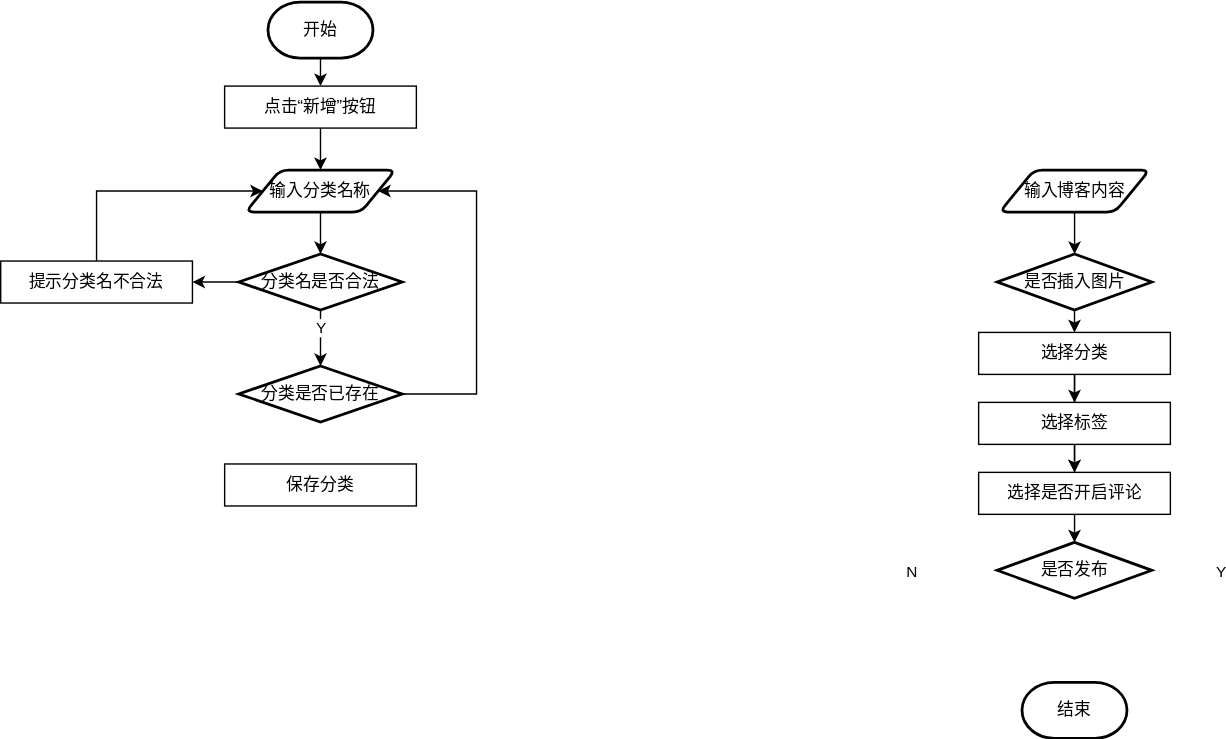
This is 分类新增功能流程图.drawio.svg from zyl-2000/draw, a draw.io export, as it was before one commit. Source tidied: cells renumbered, new cells last; positions are measured from the earlier drawing's top-left corner, leaving out a move shared by most shapes.
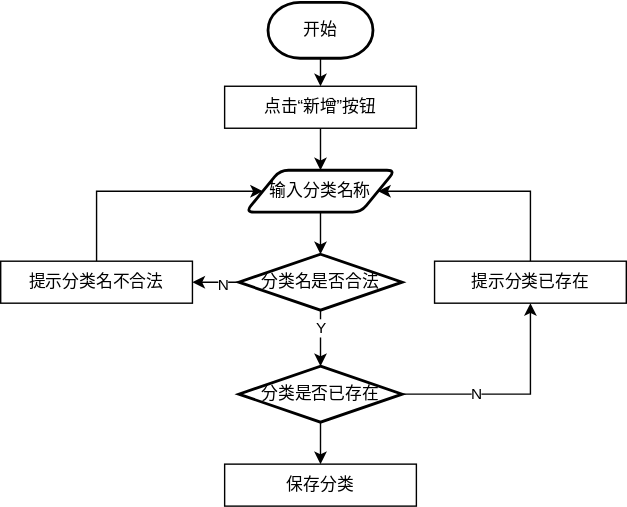
The same diagram one commit later.

Commit message:
更新分类新增功能流程图.drawio.svg

The edit, as a diff of the source:
```diff
@@ -26,57 +26,15 @@
     <mxCell id="9" style="edgeStyle=orthogonalEdgeStyle;rounded=0;jettySize=auto;html=1;exitX=0;exitY=0.5;exitDx=0;exitDy=0;exitPerimeter=0;entryX=1;entryY=0.5;entryDx=0;entryDy=0;" parent="1" edge="1" source="10" target="28">
       <mxGeometry relative="1" as="geometry" />
     </mxCell>
+    <mxCell id="32" value="N" style="edgeLabel;html=1;align=center;verticalAlign=middle;" parent="9" vertex="1">
+      <mxGeometry x="-0.26" y="1" relative="1" as="geometry" />
+    </mxCell>
     <mxCell id="10" value="分类名是否合法" style="strokeWidth=2;html=1;shape=mxgraph.flowchart.decision;whiteSpace=wrap;" parent="1" vertex="1">
       <mxGeometry x="170.1" y="180" width="116.8" height="40" as="geometry" />
     </mxCell>
     <mxCell id="11" style="edgeStyle=orthogonalEdgeStyle;rounded=0;jettySize=auto;html=1;entryX=0.5;entryY=0;entryDx=0;entryDy=0;entryPerimeter=0;" parent="1" edge="1" source="6" target="10">
       <mxGeometry relative="1" as="geometry" />
     </mxCell>
-    <mxCell id="12" style="edgeStyle=orthogonalEdgeStyle;rounded=0;jettySize=auto;html=1;" parent="1" edge="1" source="13" target="15">
-      <mxGeometry relative="1" as="geometry" />
-    </mxCell>
-    <mxCell id="13" value="输入博客内容" style="shape=parallelogram;html=1;strokeWidth=2;perimeter=parallelogramPerimeter;whiteSpace=wrap;rounded=1;arcSize=12;size=0.23;" parent="1" vertex="1">
-      <mxGeometry x="713.8" y="120" width="107" height="30" as="geometry" />
-    </mxCell>
-    <mxCell id="14" style="edgeStyle=orthogonalEdgeStyle;rounded=0;jettySize=auto;html=1;exitX=0.5;exitY=1;exitDx=0;exitDy=0;exitPerimeter=0;entryX=0.5;entryY=0;entryDx=0;entryDy=0;" parent="1" edge="1" source="15" target="18">
-      <mxGeometry relative="1" as="geometry" />
-    </mxCell>
-    <mxCell id="15" value="是否插入图片" style="strokeWidth=2;html=1;shape=mxgraph.flowchart.decision;whiteSpace=wrap;" parent="1" vertex="1">
-      <mxGeometry x="712" y="180" width="110.5" height="40" as="geometry" />
-    </mxCell>
-    <mxCell id="16" style="edgeStyle=orthogonalEdgeStyle;rounded=0;jettySize=auto;html=1;entryX=0.5;entryY=0;entryDx=0;entryDy=0;" parent="1" edge="1" source="18" target="20">
-      <mxGeometry relative="1" as="geometry" />
-    </mxCell>
-    <mxCell id="17" style="edgeStyle=orthogonalEdgeStyle;rounded=0;jettySize=auto;html=1;" parent="1" edge="1" source="18" target="21">
-      <mxGeometry relative="1" as="geometry" />
-    </mxCell>
-    <mxCell id="18" value="选择分类" style="rounded=0;whiteSpace=wrap;html=1;" parent="1" vertex="1">
-      <mxGeometry x="698.8" y="236" width="137" height="30" as="geometry" />
-    </mxCell>
-    <mxCell id="19" style="edgeStyle=orthogonalEdgeStyle;rounded=0;jettySize=auto;html=1;entryX=0.5;entryY=0;entryDx=0;entryDy=0;" parent="1" edge="1" source="20" target="21">
-      <mxGeometry relative="1" as="geometry" />
-    </mxCell>
-    <mxCell id="20" value="选择标签" style="rounded=0;whiteSpace=wrap;html=1;" parent="1" vertex="1">
-      <mxGeometry x="698.8" y="286" width="137" height="30" as="geometry" />
-    </mxCell>
-    <mxCell id="21" value="选择是否开启评论" style="rounded=0;whiteSpace=wrap;html=1;" parent="1" vertex="1">
-      <mxGeometry x="698.8" y="336" width="137" height="30" as="geometry" />
-    </mxCell>
-    <mxCell id="22" value="N" style="edgeLabel;html=1;align=center;verticalAlign=middle;" parent="1" vertex="1">
-      <mxGeometry x="650" y="406" as="geometry" />
-    </mxCell>
-    <mxCell id="23" value="Y" style="edgeLabel;html=1;align=center;verticalAlign=middle;" parent="1" vertex="1">
-      <mxGeometry x="871.5" y="406" as="geometry" />
-    </mxCell>
-    <mxCell id="24" value="是否发布" style="strokeWidth=2;html=1;shape=mxgraph.flowchart.decision;whiteSpace=wrap;" parent="1" vertex="1">
-      <mxGeometry x="712" y="386" width="110.5" height="40" as="geometry" />
-    </mxCell>
-    <mxCell id="25" value="结束" style="strokeWidth=2;html=1;shape=mxgraph.flowchart.terminator;whiteSpace=wrap;" parent="1" vertex="1">
-      <mxGeometry x="729.8" y="486" width="75" height="40" as="geometry" />
-    </mxCell>
-    <mxCell id="26" style="edgeStyle=orthogonalEdgeStyle;rounded=0;jettySize=auto;html=1;entryX=0.5;entryY=0;entryDx=0;entryDy=0;entryPerimeter=0;" parent="1" edge="1" source="21" target="24">
-      <mxGeometry relative="1" as="geometry" />
-    </mxCell>
     <mxCell id="27" style="edgeStyle=orthogonalEdgeStyle;rounded=0;jettySize=auto;html=1;exitX=0.5;exitY=0;exitDx=0;exitDy=0;entryX=0;entryY=0.5;entryDx=0;entryDy=0;" parent="1" edge="1" source="28" target="6">
       <mxGeometry relative="1" as="geometry">
         <Array as="points">
@@ -87,19 +45,30 @@
     <mxCell id="28" value="提示分类名不合法" style="rounded=0;whiteSpace=wrap;html=1;" parent="1" vertex="1">
       <mxGeometry y="185" width="137" height="30" as="geometry" />
     </mxCell>
-    <mxCell id="29" style="edgeStyle=orthogonalEdgeStyle;rounded=0;jettySize=auto;html=1;exitX=1;exitY=0.5;exitDx=0;exitDy=0;exitPerimeter=0;entryX=1;entryY=0.5;entryDx=0;entryDy=0;" parent="1" edge="1" source="30" target="6">
-      <mxGeometry relative="1" as="geometry">
-        <Array as="points">
-          <mxPoint x="340" y="280" />
-          <mxPoint x="340" y="135" />
-        </Array>
-      </mxGeometry>
-    </mxCell>
+    <mxCell id="33" style="edgeStyle=orthogonalEdgeStyle;rounded=0;jettySize=auto;html=1;entryX=0.5;entryY=1;entryDx=0;entryDy=0;" parent="1" edge="1" source="30" target="37">
+      <mxGeometry relative="1" as="geometry" />
+    </mxCell>
+    <mxCell id="34" value="N" style="edgeLabel;html=1;align=center;verticalAlign=middle;" parent="33" vertex="1">
+      <mxGeometry x="-0.32" y="1" relative="1" as="geometry" />
+    </mxCell>
+    <mxCell id="35" style="edgeStyle=orthogonalEdgeStyle;rounded=0;jettySize=auto;html=1;exitX=0.5;exitY=1;exitDx=0;exitDy=0;exitPerimeter=0;" parent="1" edge="1" source="30" target="31">
+      <mxGeometry relative="1" as="geometry" />
+    </mxCell>
     <mxCell id="30" value="分类是否已存在" style="strokeWidth=2;html=1;shape=mxgraph.flowchart.decision;whiteSpace=wrap;" parent="1" vertex="1">
       <mxGeometry x="170.1" y="260" width="116.8" height="40" as="geometry" />
     </mxCell>
     <mxCell id="31" value="保存分类" style="rounded=0;whiteSpace=wrap;html=1;" parent="1" vertex="1">
       <mxGeometry x="160" y="330" width="137" height="30" as="geometry" />
     </mxCell>
+    <mxCell id="36" style="edgeStyle=orthogonalEdgeStyle;rounded=0;jettySize=auto;html=1;entryX=1;entryY=0.5;entryDx=0;entryDy=0;" parent="1" edge="1" source="37" target="6">
+      <mxGeometry relative="1" as="geometry">
+        <Array as="points">
+          <mxPoint x="379" y="135" />
+        </Array>
+      </mxGeometry>
+    </mxCell>
+    <mxCell id="37" value="提示分类已存在" style="rounded=0;whiteSpace=wrap;html=1;" parent="1" vertex="1">
+      <mxGeometry x="310" y="185" width="137" height="30" as="geometry" />
+    </mxCell>
   </root>
 </mxGraphModel>
```
